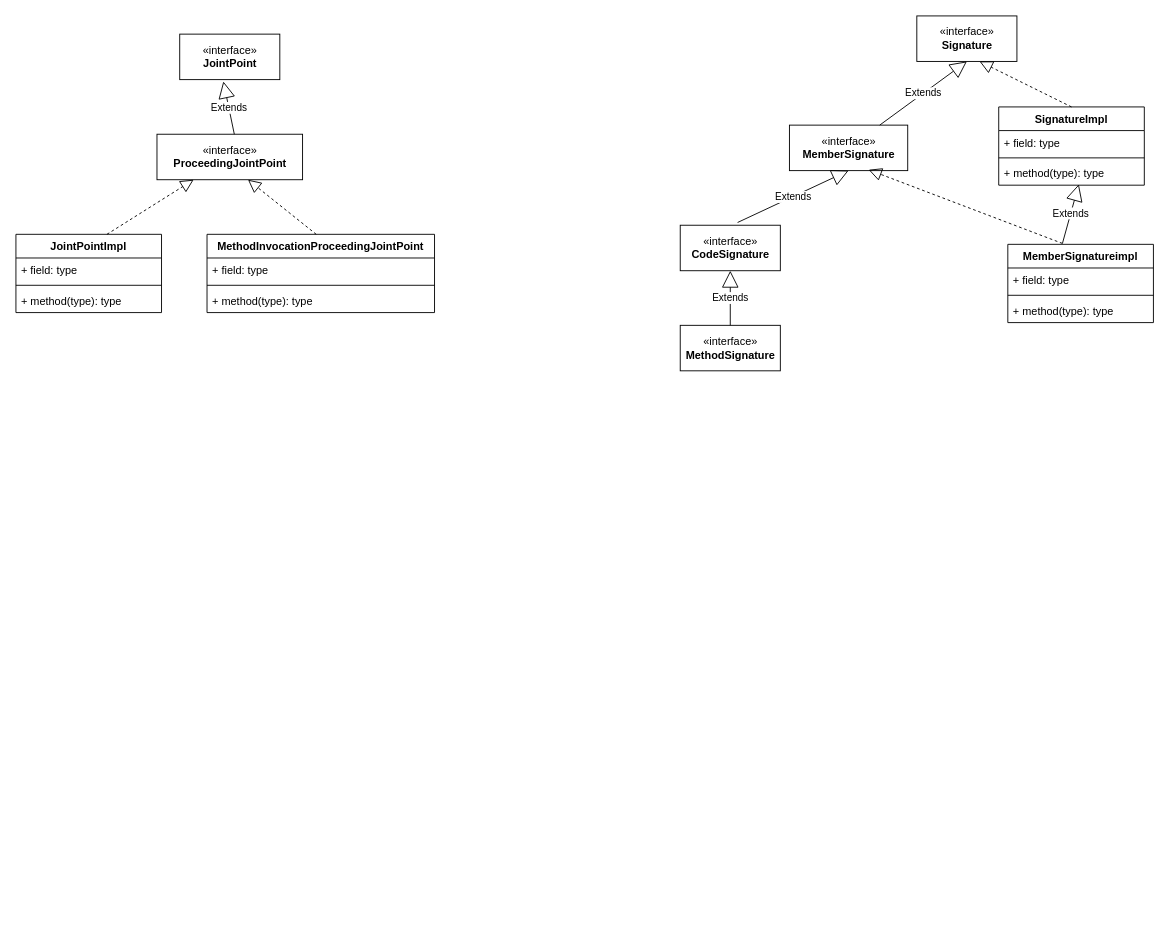
tadsimons/draw keeps this draw.io diagram as aspectjweaver.drawio. Above is the earlier version. Source tidied: cells renumbered, new cells numbered last; positions are measured from the earlier drawing's top-left corner, leaving out a move shared by most shapes. Both pictures are drawn from the tidied source at 91%, with x=0, y=0 at pixel (15, 15).
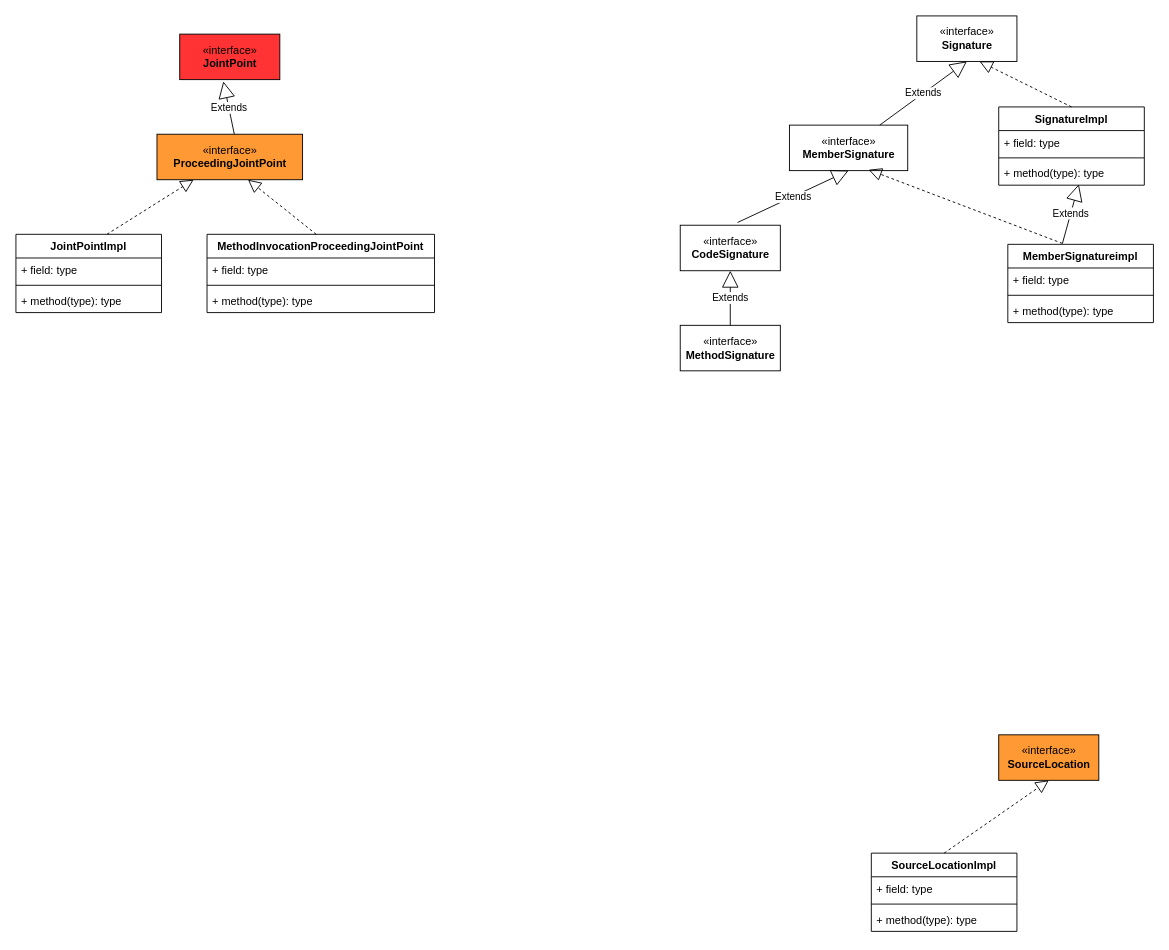
Above is the later version.

Change to the diagram source:
```diff
@@
-    <mxCell id="2" value="«interface»&lt;br&gt;&lt;b&gt;JointPoint&lt;/b&gt;" style="html=1;" parent="1" vertex="1">
+    <mxCell id="2" value="«interface»&lt;br&gt;&lt;b&gt;JointPoint&lt;/b&gt;" style="html=1;fillColor=#FF3333;" parent="1" vertex="1">
       <mxGeometry x="180" y="20" width="110" height="50" as="geometry" />
     </mxCell>
-    <mxCell id="3" value="«interface»&lt;br&gt;&lt;b&gt;ProceedingJointPoint&lt;/b&gt;" style="html=1;" parent="1" vertex="1">
+    <mxCell id="3" value="«interface»&lt;br&gt;&lt;b&gt;ProceedingJointPoint&lt;/b&gt;" style="html=1;fillColor=#FF9933;" parent="1" vertex="1">
       <mxGeometry x="155" y="130" width="160" height="50" as="geometry" />
     </mxCell>
@@
+    <mxCell id="33" value="«interface»&lt;br&gt;&lt;b&gt;SourceLocation&lt;/b&gt;" style="html=1;fillColor=#FF9933;" parent="1" vertex="1">
+      <mxGeometry x="1080" y="790" width="110" height="50" as="geometry" />
+    </mxCell>
+    <mxCell id="34" value="SourceLocationImpl" style="swimlane;fontStyle=1;align=center;verticalAlign=top;horizontal=1;startSize=26;fillColor=#FFFFFF;" parent="1" vertex="1">
+      <mxGeometry x="940" y="920" width="160" height="86" as="geometry" />
+    </mxCell>
+    <mxCell id="35" value="+ field: type" style="text;strokeColor=none;fillColor=none;align=left;verticalAlign=top;spacingLeft=4;spacingRight=4;overflow=hidden;" parent="34" vertex="1">
+      <mxGeometry y="26" width="160" height="26" as="geometry" />
+    </mxCell>
+    <mxCell id="36" style="line;strokeWidth=1;fillColor=none;align=left;verticalAlign=middle;spacingTop=-1;spacingLeft=3;spacingRight=3;labelPosition=right;" parent="34" vertex="1">
+      <mxGeometry y="52" width="160" height="8" as="geometry" />
+    </mxCell>
+    <mxCell id="37" value="+ method(type): type" style="text;strokeColor=none;fillColor=none;align=left;verticalAlign=top;spacingLeft=4;spacingRight=4;overflow=hidden;" parent="34" vertex="1">
+      <mxGeometry y="60" width="160" height="26" as="geometry" />
+    </mxCell>
+    <mxCell id="38" style="endArrow=block;dashed=1;endFill=0;endSize=12;html=1;entryX=0.5;entryY=1;entryDx=0;entryDy=0;exitX=0.5;exitY=0;exitDx=0;exitDy=0;" parent="1" edge="1" source="34" target="33">
+      <mxGeometry relative="1" as="geometry" />
+    </mxCell>
```
